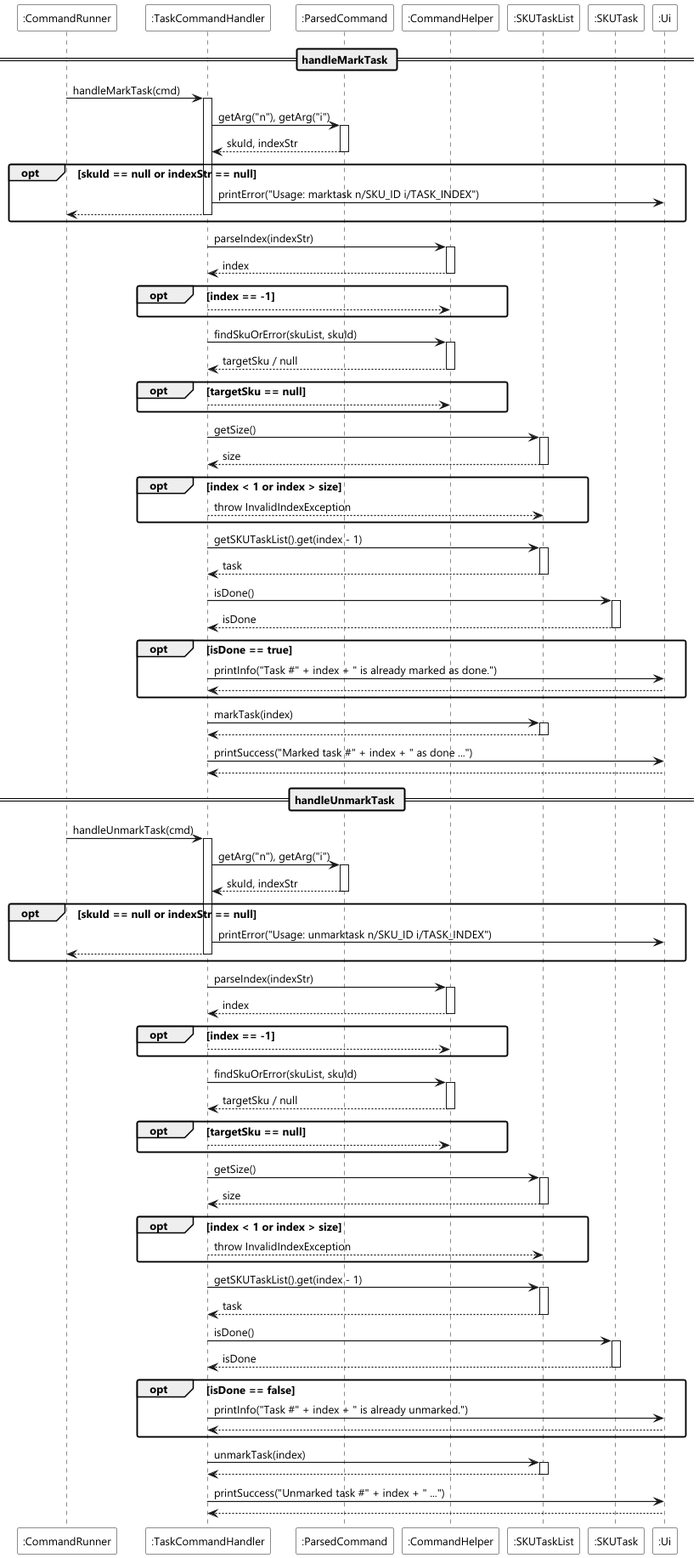
Earlier version of the PlantUML export docs/diagrams/command/markunmark-command-sequence.png (heehaw1234/tp).
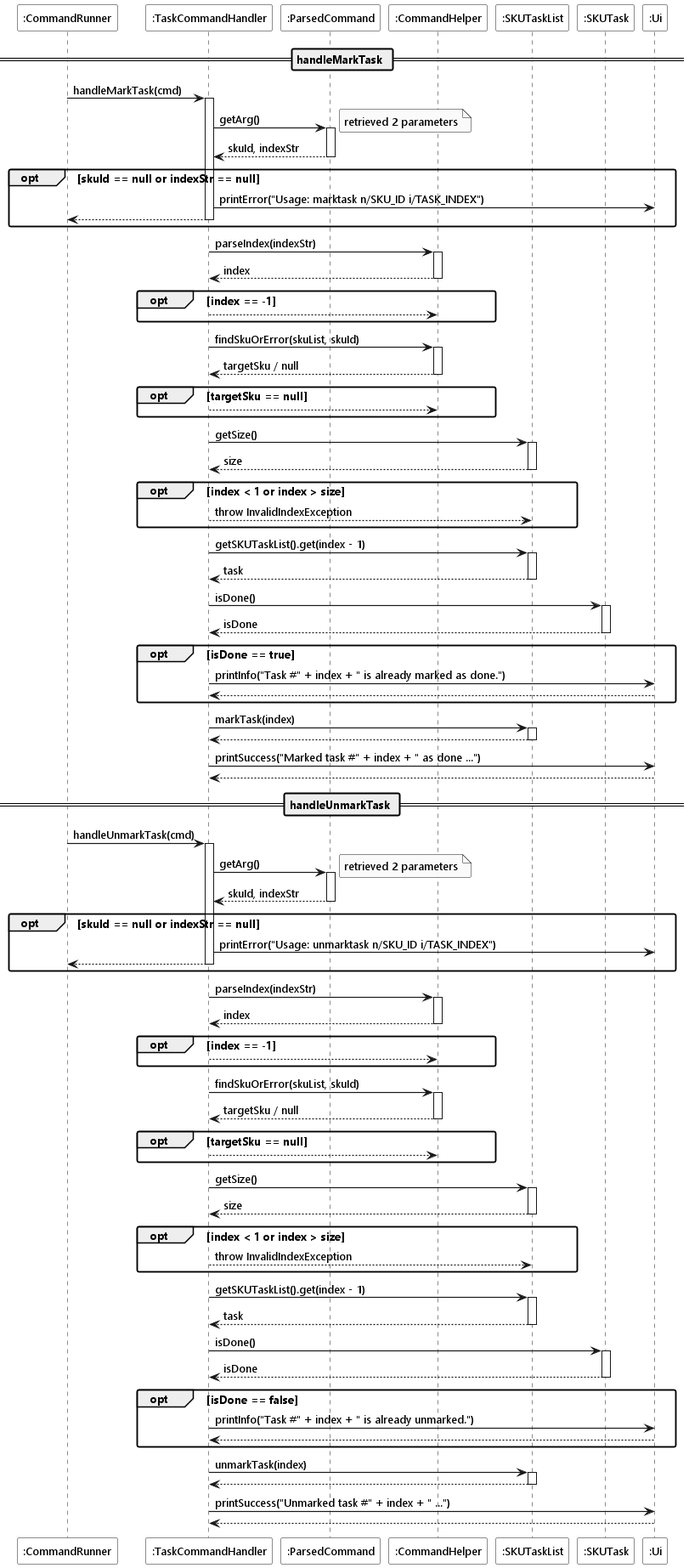
Above is the later version.

What changed in the source:
```diff
@@ -13,7 +13,8 @@
 
 runner -> handler ++ : handleMarkTask(cmd)
 
-handler -> cmd ++ : getArg("n"), getArg("i")
+handler -> cmd ++ : getArg()
+    note right : retrieved 2 parameters
 return skuId, indexStr
 
 opt skuId == null or indexStr == null
@@ -64,7 +65,8 @@
 
 runner -> handler ++ : handleUnmarkTask(cmd)
 
-handler -> cmd ++ : getArg("n"), getArg("i")
+handler -> cmd ++ : getArg()
+    note right : retrieved 2 parameters
 return skuId, indexStr
 
 opt skuId == null or indexStr == null
```
